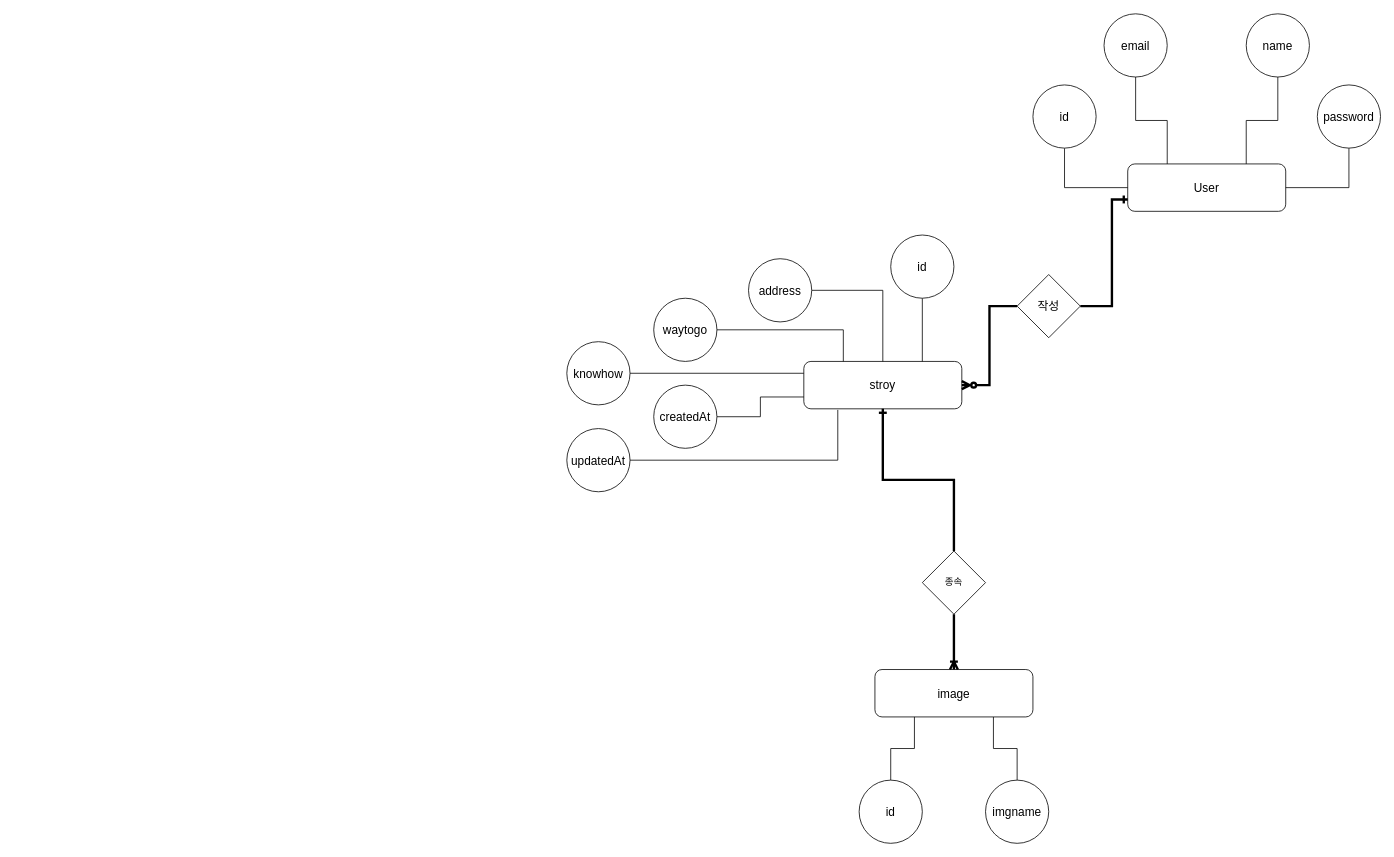
Above: spec/Backend/carcamping-erd.drawio in yoo-myeong/CarCamping-service (draw.io), before the change. Source tidied: cells renumbered, new cells numbered last; positions are measured from the earlier drawing's top-left corner, leaving out a move shared by most shapes. Both pictures are drawn from the tidied source at 79%, with x=0, y=0 at pixel (566, 13).
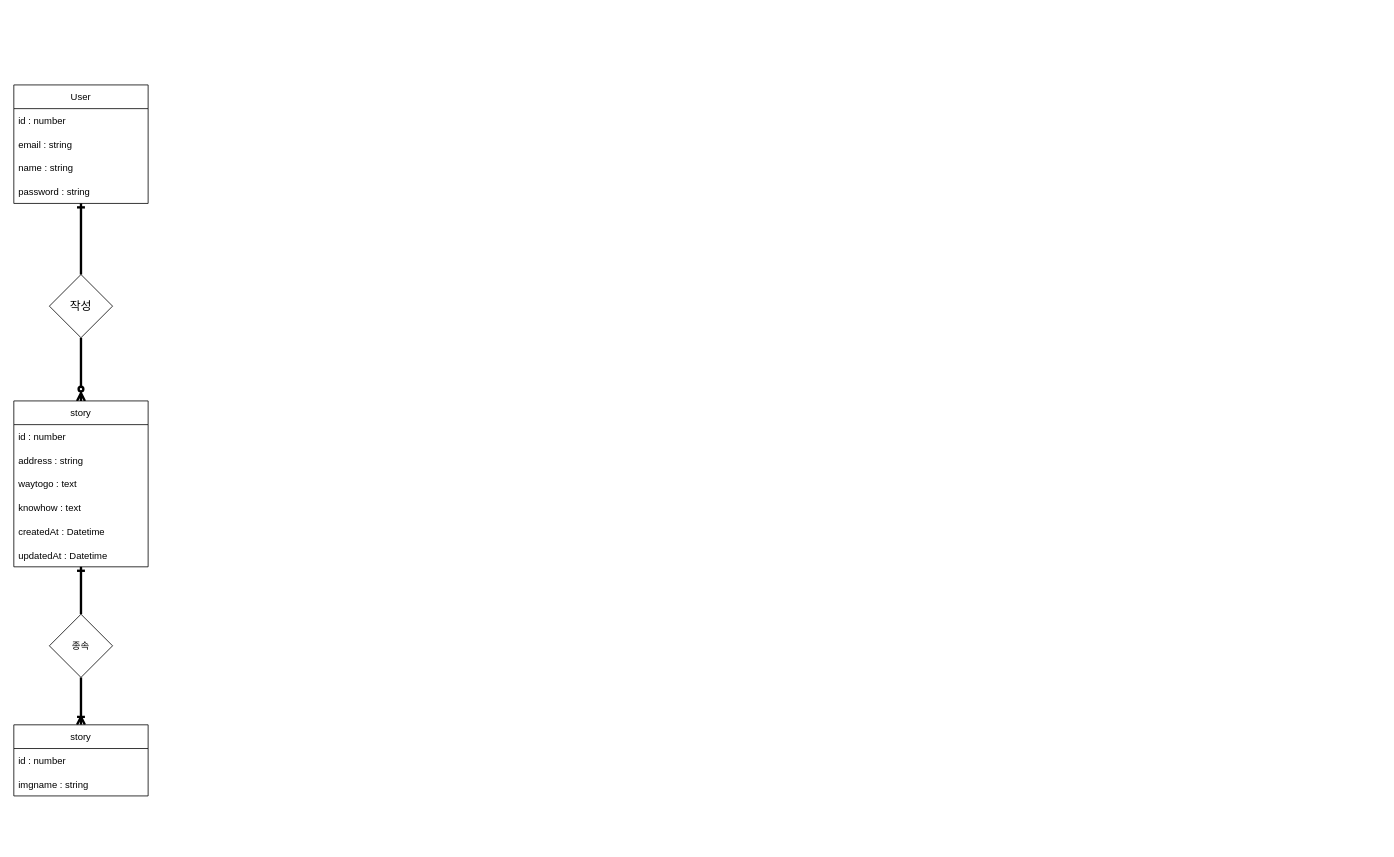
After the change.

Diff of the diagram source:
```diff
@@
-    <mxCell id="2" value="User" style="rounded=1;whiteSpace=wrap;html=1;fontSize=15;" parent="1" vertex="1">
-      <mxGeometry x="710" y="190" width="200" height="60" as="geometry" />
-    </mxCell>
-    <mxCell id="3" style="edgeStyle=orthogonalEdgeStyle;rounded=0;jettySize=auto;html=1;exitX=0.5;exitY=1;exitDx=0;exitDy=0;entryX=0;entryY=0.5;entryDx=0;entryDy=0;endArrow=none;endFill=0;fontSize=15;" parent="1" edge="1" source="4" target="2">
-      <mxGeometry relative="1" as="geometry" />
-    </mxCell>
-    <mxCell id="4" value="id" style="ellipse;whiteSpace=wrap;html=1;fontSize=15;" parent="1" vertex="1">
-      <mxGeometry x="590" y="90" width="80" height="80" as="geometry" />
-    </mxCell>
-    <mxCell id="5" style="edgeStyle=orthogonalEdgeStyle;rounded=0;jettySize=auto;html=1;exitX=0.5;exitY=1;exitDx=0;exitDy=0;entryX=0.25;entryY=0;entryDx=0;entryDy=0;endArrow=none;endFill=0;fontSize=15;" parent="1" edge="1" source="6" target="2">
-      <mxGeometry relative="1" as="geometry" />
-    </mxCell>
-    <mxCell id="6" value="email" style="ellipse;whiteSpace=wrap;html=1;fontSize=15;" parent="1" vertex="1">
-      <mxGeometry x="680" width="80" height="80" as="geometry" />
-    </mxCell>
-    <mxCell id="7" style="edgeStyle=orthogonalEdgeStyle;rounded=0;jettySize=auto;html=1;exitX=0.5;exitY=1;exitDx=0;exitDy=0;entryX=0.75;entryY=0;entryDx=0;entryDy=0;endArrow=none;endFill=0;fontSize=15;" parent="1" edge="1" source="8" target="2">
-      <mxGeometry relative="1" as="geometry" />
-    </mxCell>
-    <mxCell id="8" value="name" style="ellipse;whiteSpace=wrap;html=1;fontSize=15;" parent="1" vertex="1">
-      <mxGeometry x="860" width="80" height="80" as="geometry" />
-    </mxCell>
-    <mxCell id="9" style="edgeStyle=orthogonalEdgeStyle;rounded=0;jettySize=auto;html=1;exitX=0.5;exitY=1;exitDx=0;exitDy=0;entryX=1;entryY=0.5;entryDx=0;entryDy=0;endArrow=none;endFill=0;fontSize=15;" parent="1" edge="1" source="10" target="2">
-      <mxGeometry relative="1" as="geometry" />
-    </mxCell>
-    <mxCell id="10" value="password" style="ellipse;whiteSpace=wrap;html=1;fontSize=15;" parent="1" vertex="1">
-      <mxGeometry x="950" y="90" width="80" height="80" as="geometry" />
-    </mxCell>
-    <mxCell id="11" value="stroy" style="rounded=1;whiteSpace=wrap;html=1;fontSize=15;" parent="1" vertex="1">
-      <mxGeometry x="300" y="440" width="200" height="60" as="geometry" />
-    </mxCell>
-    <mxCell id="12" style="edgeStyle=orthogonalEdgeStyle;rounded=0;jettySize=auto;html=1;exitX=0.5;exitY=1;exitDx=0;exitDy=0;entryX=0.75;entryY=0;entryDx=0;entryDy=0;endArrow=none;endFill=0;" parent="1" edge="1" source="13" target="11">
-      <mxGeometry relative="1" as="geometry" />
-    </mxCell>
-    <mxCell id="13" value="id" style="ellipse;whiteSpace=wrap;html=1;fontSize=15;" parent="1" vertex="1">
-      <mxGeometry x="410" y="280" width="80" height="80" as="geometry" />
-    </mxCell>
-    <mxCell id="14" style="edgeStyle=orthogonalEdgeStyle;rounded=0;jettySize=auto;html=1;exitX=0;exitY=0.5;exitDx=0;exitDy=0;entryX=1;entryY=0.5;entryDx=0;entryDy=0;endArrow=ERzeroToMany;endFill=0;fontSize=15;strokeWidth=3;" parent="1" edge="1" source="15" target="11">
+    <mxCell id="14" style="edgeStyle=orthogonalEdgeStyle;rounded=0;jettySize=auto;html=1;exitX=0.5;exitY=1;exitDx=0;exitDy=0;endArrow=ERzeroToMany;endFill=0;fontSize=15;strokeWidth=3;" parent="1" edge="1" source="15" target="39">
       <mxGeometry relative="1" as="geometry" />
     </mxCell>
-    <mxCell id="15" value="작성" style="rhombus;whiteSpace=wrap;html=1;fontSize=15;" parent="1" vertex="1">
-      <mxGeometry x="570" y="330" width="80" height="80" as="geometry" />
-    </mxCell>
-    <mxCell id="16" style="edgeStyle=orthogonalEdgeStyle;rounded=0;jettySize=auto;html=1;entryX=1;entryY=0.5;entryDx=0;entryDy=0;endArrow=none;endFill=0;fontSize=15;exitX=0;exitY=0.75;exitDx=0;exitDy=0;strokeWidth=3;startArrow=ERone;startFill=0;" parent="1" edge="1" source="2" target="15">
-      <mxGeometry relative="1" as="geometry">
-        <Array as="points">
-          <mxPoint x="690" y="235" />
-          <mxPoint x="690" y="370" />
-        </Array>
-      </mxGeometry>
-    </mxCell>
-    <mxCell id="17" style="edgeStyle=orthogonalEdgeStyle;rounded=0;jettySize=auto;html=1;exitX=1;exitY=0.5;exitDx=0;exitDy=0;entryX=0.5;entryY=0;entryDx=0;entryDy=0;fontSize=15;endArrow=none;endFill=0;strokeWidth=1;" parent="1" edge="1" source="18" target="11">
-      <mxGeometry relative="1" as="geometry">
-        <Array as="points">
-          <mxPoint x="400" y="350" />
-        </Array>
-      </mxGeometry>
-    </mxCell>
-    <mxCell id="18" value="address" style="ellipse;whiteSpace=wrap;html=1;fontSize=15;" parent="1" vertex="1">
-      <mxGeometry x="230" y="310" width="80" height="80" as="geometry" />
-    </mxCell>
-    <mxCell id="19" style="edgeStyle=orthogonalEdgeStyle;rounded=0;jettySize=auto;html=1;exitX=1;exitY=0.5;exitDx=0;exitDy=0;entryX=0.25;entryY=0;entryDx=0;entryDy=0;fontSize=15;startArrow=none;startFill=0;endArrow=none;endFill=0;strokeWidth=1;" parent="1" edge="1" source="20" target="11">
-      <mxGeometry relative="1" as="geometry">
-        <Array as="points">
-          <mxPoint x="190" y="400" />
-          <mxPoint x="350" y="400" />
-        </Array>
-      </mxGeometry>
-    </mxCell>
-    <mxCell id="20" value="waytogo" style="ellipse;whiteSpace=wrap;html=1;fontSize=15;" parent="1" vertex="1">
-      <mxGeometry x="110" y="360" width="80" height="80" as="geometry" />
-    </mxCell>
-    <mxCell id="21" style="edgeStyle=orthogonalEdgeStyle;rounded=0;jettySize=auto;html=1;exitX=1;exitY=0.5;exitDx=0;exitDy=0;entryX=0;entryY=0.25;entryDx=0;entryDy=0;fontSize=15;startArrow=none;startFill=0;endArrow=none;endFill=0;strokeWidth=1;" parent="1" edge="1" source="22" target="11">
-      <mxGeometry relative="1" as="geometry" />
-    </mxCell>
-    <mxCell id="22" value="knowhow" style="ellipse;whiteSpace=wrap;html=1;fontSize=15;" parent="1" vertex="1">
-      <mxGeometry y="415" width="80" height="80" as="geometry" />
-    </mxCell>
-    <mxCell id="23" style="edgeStyle=orthogonalEdgeStyle;rounded=0;jettySize=auto;html=1;startArrow=none;startFill=0;endArrow=none;endFill=0;strokeWidth=1;exitX=0.75;exitY=1;exitDx=0;exitDy=0;" parent="1" edge="1" source="24" target="28">
-      <mxGeometry relative="1" as="geometry" />
-    </mxCell>
-    <mxCell id="24" value="image" style="rounded=1;whiteSpace=wrap;html=1;fontSize=15;" parent="1" vertex="1">
-      <mxGeometry x="390" y="830" width="200" height="60" as="geometry" />
-    </mxCell>
-    <mxCell id="25" style="edgeStyle=orthogonalEdgeStyle;rounded=0;jettySize=auto;html=1;endArrow=ERone;endFill=0;strokeWidth=3;startArrow=none;startFill=0;" parent="1" edge="1" source="27" target="11">
-      <mxGeometry relative="1" as="geometry" />
+    <mxCell id="25" style="edgeStyle=orthogonalEdgeStyle;rounded=0;jettySize=auto;html=1;endArrow=ERone;endFill=0;strokeWidth=3;startArrow=none;startFill=0;" parent="1" edge="1" source="27">
+      <mxGeometry relative="1" as="geometry">
+        <mxPoint x="-615" y="700" as="targetPoint" />
+        <Array as="points">
+          <mxPoint x="-615" y="700" />
+          <mxPoint x="-615" y="700" />
+        </Array>
+      </mxGeometry>
     </mxCell>
-    <mxCell id="26" style="edgeStyle=orthogonalEdgeStyle;rounded=0;jettySize=auto;html=1;endArrow=ERoneToMany;endFill=0;strokeWidth=3;" parent="1" edge="1" source="27" target="24">
+    <mxCell id="26" style="edgeStyle=orthogonalEdgeStyle;rounded=0;jettySize=auto;html=1;endArrow=ERoneToMany;endFill=0;strokeWidth=3;entryX=0.5;entryY=0;entryDx=0;entryDy=0;" parent="1" edge="1" source="27" target="46">
       <mxGeometry relative="1" as="geometry" />
     </mxCell>
     <mxCell id="27" value="종속" style="rhombus;whiteSpace=wrap;html=1;" parent="1" vertex="1">
-      <mxGeometry x="450" y="680" width="80" height="80" as="geometry" />
+      <mxGeometry x="-655" y="760" width="80" height="80" as="geometry" />
     </mxCell>
-    <mxCell id="28" value="imgname" style="ellipse;whiteSpace=wrap;html=1;fontSize=15;" parent="1" vertex="1">
-      <mxGeometry x="530" y="970" width="80" height="80" as="geometry" />
-    </mxCell>
-    <mxCell id="29" style="edgeStyle=orthogonalEdgeStyle;rounded=0;jettySize=auto;html=1;exitX=0.5;exitY=0;exitDx=0;exitDy=0;entryX=0.25;entryY=1;entryDx=0;entryDy=0;startArrow=none;startFill=0;endArrow=none;endFill=0;strokeWidth=1;" parent="1" edge="1" source="30" target="24">
-      <mxGeometry relative="1" as="geometry" />
-    </mxCell>
-    <mxCell id="30" value="id" style="ellipse;whiteSpace=wrap;html=1;fontSize=15;" parent="1" vertex="1">
-      <mxGeometry x="370" y="970" width="80" height="80" as="geometry" />
-    </mxCell>
-    <mxCell id="31" style="edgeStyle=orthogonalEdgeStyle;rounded=0;jettySize=auto;html=1;exitX=1;exitY=0.5;exitDx=0;exitDy=0;entryX=0;entryY=0.75;entryDx=0;entryDy=0;startArrow=none;startFill=0;endArrow=none;endFill=0;strokeWidth=1;" parent="1" edge="1" source="32" target="11">
-      <mxGeometry relative="1" as="geometry" />
-    </mxCell>
-    <mxCell id="32" value="createdAt" style="ellipse;whiteSpace=wrap;html=1;fontSize=15;" parent="1" vertex="1">
-      <mxGeometry x="110" y="470" width="80" height="80" as="geometry" />
-    </mxCell>
-    <mxCell id="33" style="edgeStyle=orthogonalEdgeStyle;rounded=0;jettySize=auto;html=1;exitX=1;exitY=0.5;exitDx=0;exitDy=0;entryX=0.215;entryY=1.023;entryDx=0;entryDy=0;endArrow=none;endFill=0;entryPerimeter=0;" parent="1" edge="1" source="34" target="11">
-      <mxGeometry relative="1" as="geometry">
-        <Array as="points">
-          <mxPoint x="343" y="565" />
-        </Array>
-      </mxGeometry>
-    </mxCell>
-    <mxCell id="34" value="updatedAt" style="ellipse;whiteSpace=wrap;html=1;fontSize=15;" parent="1" vertex="1">
-      <mxGeometry y="525" width="80" height="80" as="geometry" />
-    </mxCell>
+    <mxCell id="2" value="User" style="swimlane;fontStyle=0;horizontal=1;startSize=30;" parent="1" vertex="1">
+      <mxGeometry x="-700" y="90" width="170" height="150" as="geometry" />
+    </mxCell>
+    <mxCell id="35" value="id : number" style="text;strokeColor=none;fillColor=none;align=left;verticalAlign=middle;spacingLeft=4;spacingRight=4;overflow=hidden;" parent="2" vertex="1">
+      <mxGeometry y="30" width="170" height="30" as="geometry" />
+    </mxCell>
+    <mxCell id="36" value="email : string" style="text;strokeColor=none;fillColor=none;align=left;verticalAlign=middle;spacingLeft=4;spacingRight=4;overflow=hidden;" parent="2" vertex="1">
+      <mxGeometry y="60" width="170" height="30" as="geometry" />
+    </mxCell>
+    <mxCell id="37" value="name : string" style="text;strokeColor=none;fillColor=none;align=left;verticalAlign=middle;spacingLeft=4;spacingRight=4;overflow=hidden;" parent="2" vertex="1">
+      <mxGeometry y="90" width="170" height="30" as="geometry" />
+    </mxCell>
+    <mxCell id="38" value="password : string" style="text;strokeColor=none;fillColor=none;align=left;verticalAlign=middle;spacingLeft=4;spacingRight=4;overflow=hidden;" parent="2" vertex="1">
+      <mxGeometry y="120" width="170" height="30" as="geometry" />
+    </mxCell>
+    <mxCell id="39" value="story" style="swimlane;fontStyle=0;horizontal=1;startSize=30;" parent="1" vertex="1">
+      <mxGeometry x="-700" y="490" width="170" height="210" as="geometry" />
+    </mxCell>
+    <mxCell id="40" value="id : number" style="text;strokeColor=none;fillColor=none;align=left;verticalAlign=middle;spacingLeft=4;spacingRight=4;overflow=hidden;" parent="39" vertex="1">
+      <mxGeometry y="30" width="170" height="30" as="geometry" />
+    </mxCell>
+    <mxCell id="41" value="address : string" style="text;strokeColor=none;fillColor=none;align=left;verticalAlign=middle;spacingLeft=4;spacingRight=4;overflow=hidden;" parent="39" vertex="1">
+      <mxGeometry y="60" width="170" height="30" as="geometry" />
+    </mxCell>
+    <mxCell id="42" value="waytogo : text" style="text;strokeColor=none;fillColor=none;align=left;verticalAlign=middle;spacingLeft=4;spacingRight=4;overflow=hidden;" parent="39" vertex="1">
+      <mxGeometry y="90" width="170" height="30" as="geometry" />
+    </mxCell>
+    <mxCell id="43" value="knowhow : text" style="text;strokeColor=none;fillColor=none;align=left;verticalAlign=middle;spacingLeft=4;spacingRight=4;overflow=hidden;" parent="39" vertex="1">
+      <mxGeometry y="120" width="170" height="30" as="geometry" />
+    </mxCell>
+    <mxCell id="44" value="createdAt : Datetime" style="text;strokeColor=none;fillColor=none;align=left;verticalAlign=middle;spacingLeft=4;spacingRight=4;overflow=hidden;" parent="39" vertex="1">
+      <mxGeometry y="150" width="170" height="30" as="geometry" />
+    </mxCell>
+    <mxCell id="45" value="updatedAt : Datetime" style="text;strokeColor=none;fillColor=none;align=left;verticalAlign=middle;spacingLeft=4;spacingRight=4;overflow=hidden;" parent="39" vertex="1">
+      <mxGeometry y="180" width="170" height="30" as="geometry" />
+    </mxCell>
+    <mxCell id="46" value="story" style="swimlane;fontStyle=0;horizontal=1;startSize=30;" parent="1" vertex="1">
+      <mxGeometry x="-700" y="900" width="170" height="90" as="geometry" />
+    </mxCell>
+    <mxCell id="47" value="id : number" style="text;strokeColor=none;fillColor=none;align=left;verticalAlign=middle;spacingLeft=4;spacingRight=4;overflow=hidden;" parent="46" vertex="1">
+      <mxGeometry y="30" width="170" height="30" as="geometry" />
+    </mxCell>
+    <mxCell id="48" value="imgname : string" style="text;strokeColor=none;fillColor=none;align=left;verticalAlign=middle;spacingLeft=4;spacingRight=4;overflow=hidden;" parent="46" vertex="1">
+      <mxGeometry y="60" width="170" height="30" as="geometry" />
+    </mxCell>
+    <mxCell id="15" value="작성" style="rhombus;whiteSpace=wrap;html=1;fontSize=15;" parent="1" vertex="1">
+      <mxGeometry x="-655" y="330" width="80" height="80" as="geometry" />
+    </mxCell>
+    <mxCell id="16" style="edgeStyle=orthogonalEdgeStyle;rounded=0;jettySize=auto;html=1;endArrow=none;endFill=0;fontSize=15;strokeWidth=3;startArrow=ERone;startFill=0;entryX=0.5;entryY=0;entryDx=0;entryDy=0;exitX=0.5;exitY=1;exitDx=0;exitDy=0;" parent="1" edge="1" source="2" target="15">
+      <mxGeometry relative="1" as="geometry" />
+    </mxCell>
```
